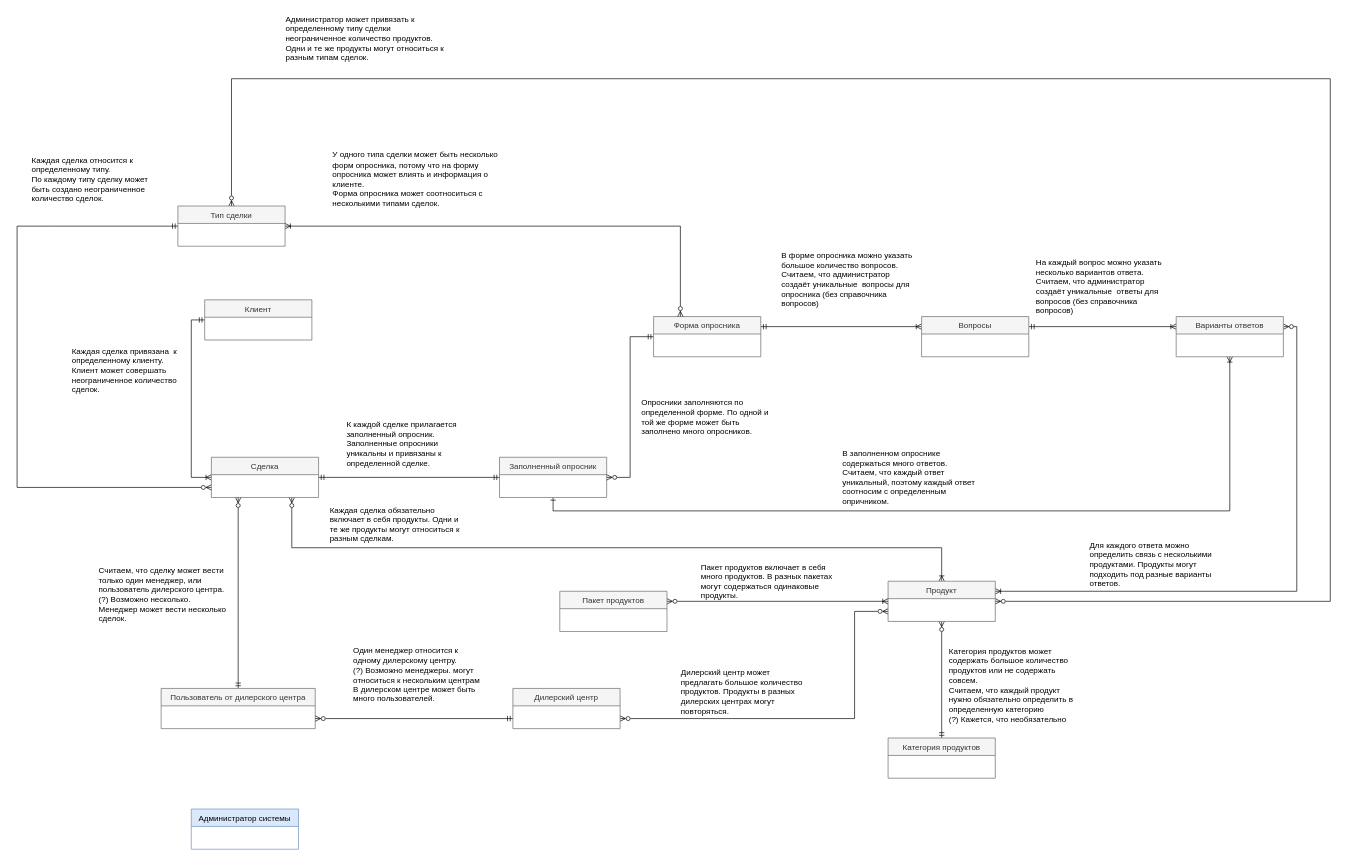
Before: Диаграмма меню.drawio in Kkorolyok/Diagrams, a draw.io diagram. Source tidied: cells renumbered, new cells numbered last; positions are measured from the earlier drawing's top-left corner, leaving out a move shared by most shapes. Both pictures are drawn from the tidied source at 67%, with x=0, y=0 at pixel (17, 11).
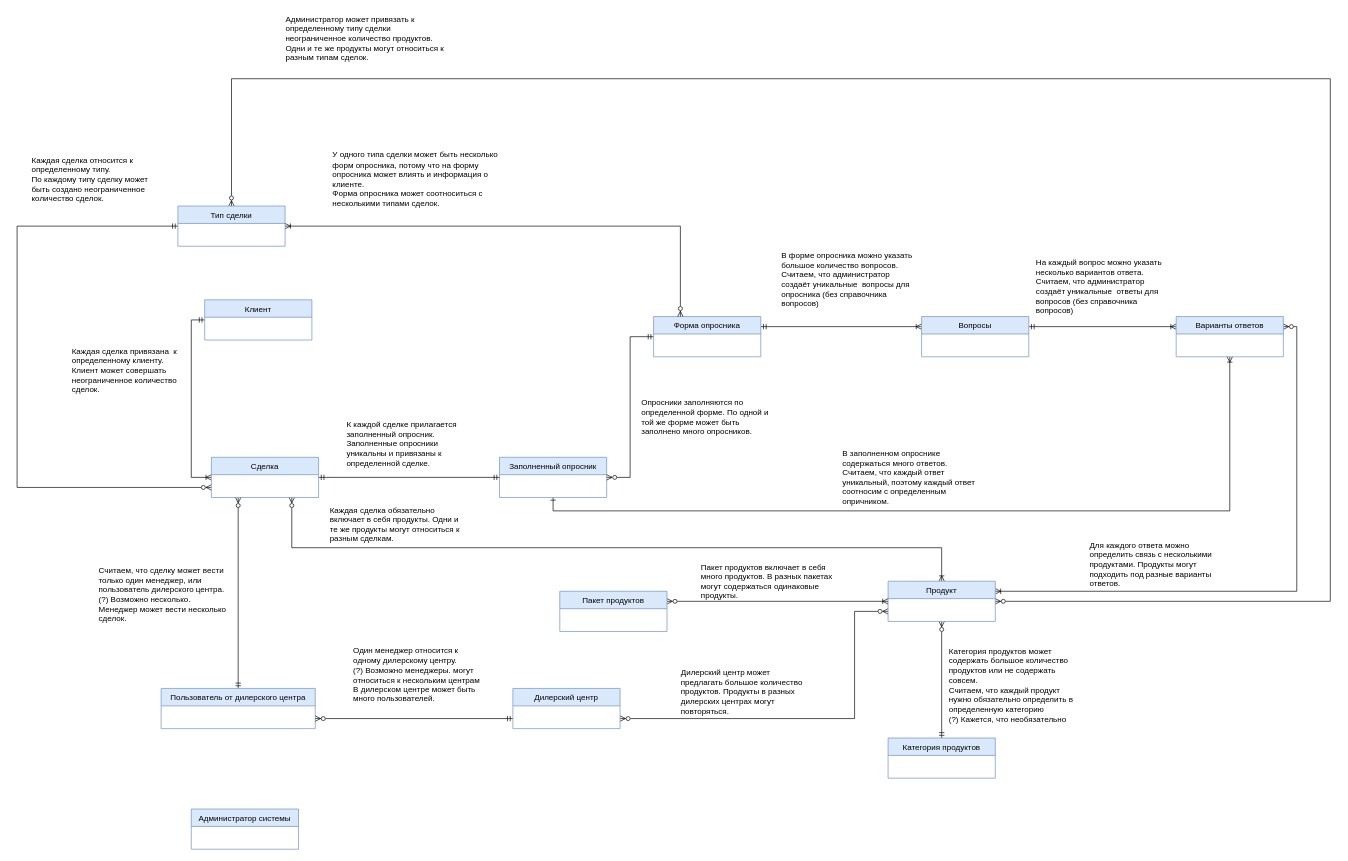
The same diagram, later.

Change to the diagram source:
```diff
@@
-    <mxCell id="3" value="Заполненный опросник" style="swimlane;fontStyle=0;align=center;verticalAlign=top;horizontal=1;startSize=26;rounded=0;shadow=0;strokeWidth=1;fillColor=#f5f5f5;fontColor=#333333;strokeColor=#666666;" parent="1" vertex="1">
+    <mxCell id="3" value="Заполненный опросник" style="swimlane;fontStyle=0;align=center;verticalAlign=top;horizontal=1;startSize=26;rounded=0;shadow=0;strokeWidth=1;fillColor=#dae8fc;strokeColor=#6c8ebf;" parent="1" vertex="1">
       <mxGeometry x="720" y="665" width="160" height="60" as="geometry" />
     </mxCell>
@@
-    <mxCell id="6" value="Форма опросника" style="swimlane;fontStyle=0;align=center;verticalAlign=top;horizontal=1;startSize=26;rounded=0;shadow=0;strokeWidth=1;fillColor=#f5f5f5;fontColor=#333333;strokeColor=#666666;" parent="1" vertex="1">
+    <mxCell id="6" value="Форма опросника" style="swimlane;fontStyle=0;align=center;verticalAlign=top;horizontal=1;startSize=26;rounded=0;shadow=0;strokeWidth=1;fillColor=#dae8fc;strokeColor=#6c8ebf;" parent="1" vertex="1">
       <mxGeometry x="950" y="455" width="160" height="60" as="geometry" />
     </mxCell>
@@
-    <mxCell id="10" value="Тип сделки" style="swimlane;fontStyle=0;align=center;verticalAlign=top;horizontal=1;startSize=26;rounded=0;shadow=0;strokeWidth=1;fillColor=#f5f5f5;fontColor=#333333;strokeColor=#666666;" parent="1" vertex="1">
+    <mxCell id="10" value="Тип сделки" style="swimlane;fontStyle=0;align=center;verticalAlign=top;horizontal=1;startSize=26;rounded=0;shadow=0;strokeWidth=1;fillColor=#dae8fc;strokeColor=#6c8ebf;" parent="1" vertex="1">
       <mxGeometry x="240" y="290" width="160" height="60" as="geometry" />
     </mxCell>
@@
-    <mxCell id="12" value="Клиент" style="swimlane;fontStyle=0;align=center;verticalAlign=top;horizontal=1;startSize=26;rounded=0;shadow=0;strokeWidth=1;fillColor=#f5f5f5;fontColor=#333333;strokeColor=#666666;" parent="1" vertex="1">
+    <mxCell id="12" value="Клиент" style="swimlane;fontStyle=0;align=center;verticalAlign=top;horizontal=1;startSize=26;rounded=0;shadow=0;strokeWidth=1;fillColor=#dae8fc;strokeColor=#6c8ebf;" parent="1" vertex="1">
       <mxGeometry x="280" y="430" width="160" height="60" as="geometry" />
     </mxCell>
@@
-    <mxCell id="14" value="Пользователь от дилерского центра&#10;" style="swimlane;fontStyle=0;align=center;verticalAlign=top;horizontal=1;startSize=26;rounded=0;shadow=0;strokeWidth=1;fillColor=#f5f5f5;fontColor=#333333;strokeColor=#666666;" parent="1" vertex="1">
+    <mxCell id="14" value="Пользователь от дилерского центра&#10;" style="swimlane;fontStyle=0;align=center;verticalAlign=top;horizontal=1;startSize=26;rounded=0;shadow=0;strokeWidth=1;fillColor=#dae8fc;strokeColor=#6c8ebf;" parent="1" vertex="1">
       <mxGeometry x="215" y="1010" width="230" height="60" as="geometry" />
     </mxCell>
@@
-    <mxCell id="17" value="Дилерский центр" style="swimlane;fontStyle=0;align=center;verticalAlign=top;horizontal=1;startSize=26;rounded=0;shadow=0;strokeWidth=1;fillColor=#f5f5f5;fontColor=#333333;strokeColor=#666666;" parent="1" vertex="1">
+    <mxCell id="17" value="Дилерский центр" style="swimlane;fontStyle=0;align=center;verticalAlign=top;horizontal=1;startSize=26;rounded=0;shadow=0;strokeWidth=1;fillColor=#dae8fc;strokeColor=#6c8ebf;" parent="1" vertex="1">
       <mxGeometry x="740" y="1010" width="160" height="60" as="geometry" />
     </mxCell>
@@
-    <mxCell id="20" value="Сделка" style="swimlane;fontStyle=0;align=center;verticalAlign=top;horizontal=1;startSize=26;rounded=0;shadow=0;strokeWidth=1;fillColor=#f5f5f5;fontColor=#333333;strokeColor=#666666;" parent="1" vertex="1">
+    <mxCell id="20" value="Сделка" style="swimlane;fontStyle=0;align=center;verticalAlign=top;horizontal=1;startSize=26;rounded=0;shadow=0;strokeWidth=1;fillColor=#dae8fc;strokeColor=#6c8ebf;" parent="1" vertex="1">
       <mxGeometry x="290" y="665" width="160" height="60" as="geometry" />
     </mxCell>
@@
-    <mxCell id="27" value="Вопросы" style="swimlane;fontStyle=0;align=center;verticalAlign=top;horizontal=1;startSize=26;rounded=0;shadow=0;strokeWidth=1;fillColor=#f5f5f5;fontColor=#333333;strokeColor=#666666;" parent="1" vertex="1">
+    <mxCell id="27" value="Вопросы" style="swimlane;fontStyle=0;align=center;verticalAlign=top;horizontal=1;startSize=26;rounded=0;shadow=0;strokeWidth=1;fillColor=#dae8fc;strokeColor=#6c8ebf;" parent="1" vertex="1">
       <mxGeometry x="1350" y="455" width="160" height="60" as="geometry" />
     </mxCell>
@@
-    <mxCell id="30" value="Варианты ответов" style="swimlane;fontStyle=0;align=center;verticalAlign=top;horizontal=1;startSize=26;rounded=0;shadow=0;strokeWidth=1;fillColor=#f5f5f5;fontColor=#333333;strokeColor=#666666;" parent="1" vertex="1">
+    <mxCell id="30" value="Варианты ответов" style="swimlane;fontStyle=0;align=center;verticalAlign=top;horizontal=1;startSize=26;rounded=0;shadow=0;strokeWidth=1;fillColor=#dae8fc;strokeColor=#6c8ebf;" parent="1" vertex="1">
       <mxGeometry x="1730" y="455" width="160" height="60" as="geometry" />
     </mxCell>
@@
-    <mxCell id="34" value="Продукт" style="swimlane;fontStyle=0;align=center;verticalAlign=top;horizontal=1;startSize=26;rounded=0;shadow=0;strokeWidth=1;fillColor=#f5f5f5;fontColor=#333333;strokeColor=#666666;" parent="1" vertex="1">
+    <mxCell id="34" value="Продукт" style="swimlane;fontStyle=0;align=center;verticalAlign=top;horizontal=1;startSize=26;rounded=0;shadow=0;strokeWidth=1;fillColor=#dae8fc;strokeColor=#6c8ebf;" parent="1" vertex="1">
       <mxGeometry x="1300" y="850" width="160" height="60" as="geometry" />
     </mxCell>
-    <mxCell id="35" value="Категория продуктов" style="swimlane;fontStyle=0;align=center;verticalAlign=top;horizontal=1;startSize=26;rounded=0;shadow=0;strokeWidth=1;fillColor=#f5f5f5;fontColor=#333333;strokeColor=#666666;" parent="1" vertex="1">
+    <mxCell id="35" value="Категория продуктов" style="swimlane;fontStyle=0;align=center;verticalAlign=top;horizontal=1;startSize=26;rounded=0;shadow=0;strokeWidth=1;fillColor=#dae8fc;strokeColor=#6c8ebf;" parent="1" vertex="1">
       <mxGeometry x="1300" y="1084" width="160" height="60" as="geometry" />
     </mxCell>
@@
-    <mxCell id="38" value="Пакет продуктов" style="swimlane;fontStyle=0;align=center;verticalAlign=top;horizontal=1;startSize=26;rounded=0;shadow=0;strokeWidth=1;fillColor=#f5f5f5;fontColor=#333333;strokeColor=#666666;" parent="1" vertex="1">
+    <mxCell id="38" value="Пакет продуктов" style="swimlane;fontStyle=0;align=center;verticalAlign=top;horizontal=1;startSize=26;rounded=0;shadow=0;strokeWidth=1;fillColor=#dae8fc;strokeColor=#6c8ebf;" parent="1" vertex="1">
       <mxGeometry x="810" y="865" width="160" height="60" as="geometry" />
     </mxCell>
```
